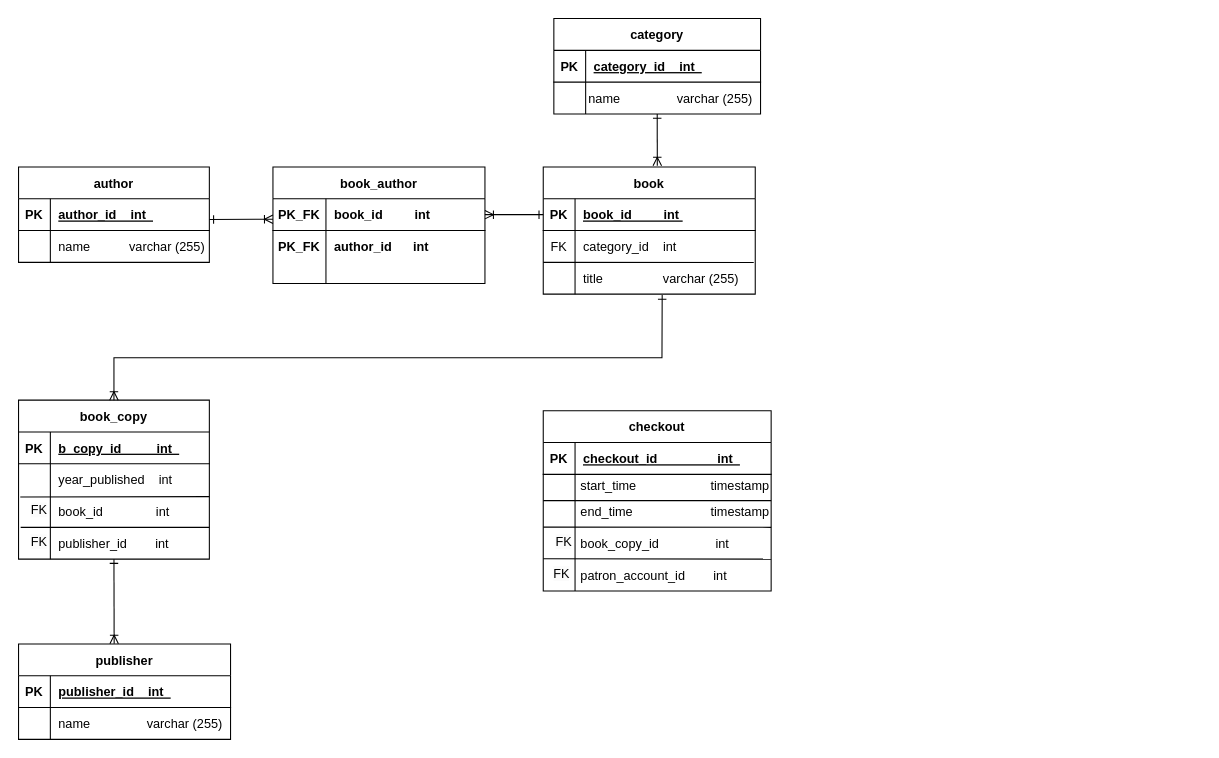
This is тест1.drawio from Dima013/HomeWork, a draw.io file, before an edit. Source tidied: cells renumbered, new cells numbered last; positions are measured from the earlier drawing's top-left corner, leaving out a move shared by most shapes. Both pictures are drawn from the tidied source at 106%, with x=0, y=0 at pixel (18, 18).
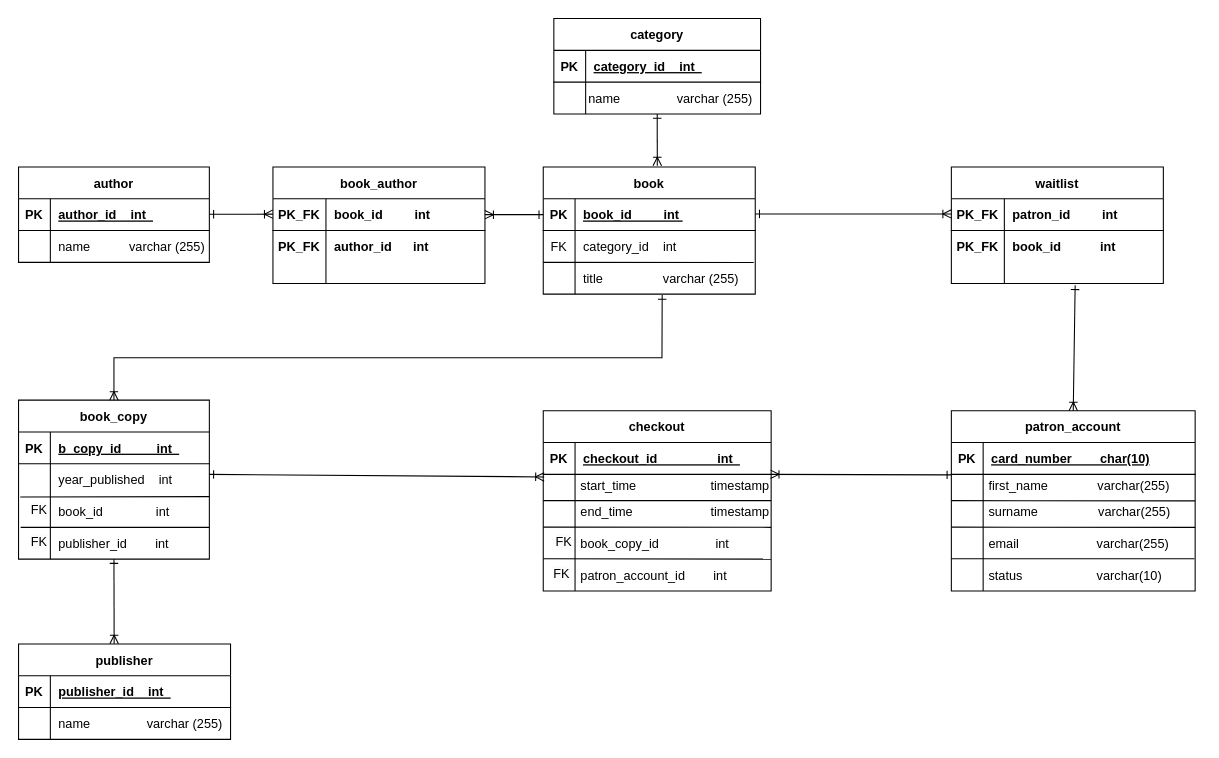
The same diagram, later.

Unchanged cells that the change refers to:
```xml
<mxCell id="22" style="shape=partialRectangle;fillColor=none;points=[[0,0.5],[1,0.5]];portConstraint=eastwest;top=0;left=0;right=0;bottom=1;" parent="21" vertex="1">
  <mxGeometry y="30" width="200" height="30" as="geometry" />
</mxCell>
<mxCell id="70" style="shape=partialRectangle;fillColor=none;points=[[0,0.5],[1,0.5]];portConstraint=eastwest;top=0;left=0;right=0;bottom=0;" parent="66" vertex="1">
  <mxGeometry y="60" width="215" height="110" as="geometry" />
</mxCell>
```

The edit, as a diff of the source:
```diff
@@
-    <mxCell id="40" style="endArrow=ERoneToMany;startArrow=ERone;html=1;rounded=0;exitX=1;exitY=0.5;exitDx=0;exitDy=0;entryX=0;entryY=0.642;entryDx=0;entryDy=0;startFill=0;endFill=0;entryPerimeter=0;" parent="1" edge="1" target="22">
+    <mxCell id="40" style="endArrow=ERoneToMany;startArrow=ERone;html=1;rounded=0;exitX=1;exitY=0.5;exitDx=0;exitDy=0;entryX=0;entryY=0.642;entryDx=0;entryDy=0;startFill=0;endFill=0;entryPerimeter=0;" parent="1" edge="1">
       <mxGeometry relative="1" as="geometry">
-        <mxPoint x="180" y="189.5" as="sourcePoint" />
+        <mxPoint x="180" y="184.7" as="sourcePoint" />
+        <mxPoint x="240" y="184.5" as="targetPoint" />
       </mxGeometry>
     </mxCell>
@@
+    <mxCell id="82" style="endArrow=ERoneToMany;startArrow=ERone;html=1;rounded=0;entryX=0.004;entryY=0.022;entryDx=0;entryDy=0;entryPerimeter=0;startFill=0;endFill=0;" parent="1" edge="1" target="70">
+      <mxGeometry relative="1" as="geometry">
+        <mxPoint x="180" y="430" as="sourcePoint" />
+      </mxGeometry>
+    </mxCell>
+    <mxCell id="83" value="patron_account" style="shape=table;startSize=30;childLayout=tableLayout;rowLines=0;fontStyle=1;align=center;" parent="1" vertex="1">
+      <mxGeometry x="880" y="370" width="230" height="170" as="geometry" />
+    </mxCell>
+    <mxCell id="84" style="shape=partialRectangle;fillColor=none;top=0;left=0;right=0;bottom=1;" parent="83" vertex="1">
+      <mxGeometry y="30" width="230" height="30" as="geometry" />
+    </mxCell>
+    <mxCell id="85" value="PK" style="shape=partialRectangle;overflow=hidden;fillColor=none;top=0;left=0;bottom=0;right=0;fontStyle=1;" parent="84" vertex="1">
+      <mxGeometry width="30" height="30" as="geometry" />
+    </mxCell>
+    <mxCell id="86" value="card_number        char(10)" style="shape=partialRectangle;overflow=hidden;fillColor=none;top=0;left=0;bottom=0;right=0;align=left;spacingLeft=6;fontStyle=5;" parent="84" vertex="1">
+      <mxGeometry x="30" width="200" height="30" as="geometry" />
+    </mxCell>
+    <mxCell id="87" style="shape=partialRectangle;fillColor=none;points=[[0,0.5],[1,0.5]];portConstraint=eastwest;top=0;left=0;right=0;bottom=0;" parent="83" vertex="1">
+      <mxGeometry y="60" width="230" height="110" as="geometry" />
+    </mxCell>
+    <mxCell id="88" style="shape=partialRectangle;overflow=hidden;fillColor=none;top=0;left=0;bottom=0;right=0;" parent="87" vertex="1">
+      <mxGeometry width="30" height="110" as="geometry" />
+    </mxCell>
+    <mxCell id="89" style="shape=partialRectangle;overflow=hidden;fillColor=none;top=0;left=0;bottom=0;right=0;align=left;spacingLeft=6;" parent="87" vertex="1">
+      <mxGeometry x="30" width="200" height="110" as="geometry" />
+    </mxCell>
+    <mxCell id="90" value="first_name              varchar(255)" style="shape=partialRectangle;overflow=hidden;fillColor=none;top=0;left=0;bottom=0;right=0;align=left;spacingLeft=6;fontStyle=0;" parent="1" vertex="1">
+      <mxGeometry x="907.5" y="430" width="197.5" height="20" as="geometry" />
+    </mxCell>
+    <mxCell id="91" value="surname                 varchar(255)" style="shape=partialRectangle;overflow=hidden;fillColor=none;top=0;left=0;bottom=0;right=0;align=left;spacingLeft=6;fontStyle=0;" parent="1" vertex="1">
+      <mxGeometry x="907.5" y="450" width="207.5" height="30" as="geometry" />
+    </mxCell>
+    <mxCell id="92" value="email                      varchar(255)" style="shape=partialRectangle;overflow=hidden;fillColor=none;top=0;left=0;bottom=0;right=0;align=left;spacingLeft=6;fontStyle=0;" parent="1" vertex="1">
+      <mxGeometry x="907.5" y="480" width="182.5" height="30" as="geometry" />
+    </mxCell>
+    <mxCell id="93" style="endArrow=none;html=1;rounded=0;exitX=0.009;exitY=0.348;exitDx=0;exitDy=0;exitPerimeter=0;" parent="1" edge="1">
+      <mxGeometry relative="1" as="geometry">
+        <mxPoint x="880" y="454.8" as="sourcePoint" />
+        <mxPoint x="1110" y="455" as="targetPoint" />
+      </mxGeometry>
+    </mxCell>
+    <mxCell id="94" style="endArrow=none;html=1;rounded=0;exitX=0.009;exitY=0.348;exitDx=0;exitDy=0;exitPerimeter=0;" parent="1" edge="1">
+      <mxGeometry relative="1" as="geometry">
+        <mxPoint x="880" y="479.8" as="sourcePoint" />
+        <mxPoint x="1110" y="480" as="targetPoint" />
+      </mxGeometry>
+    </mxCell>
+    <mxCell id="95" value="status                     varchar(10)" style="shape=partialRectangle;overflow=hidden;fillColor=none;top=0;left=0;bottom=0;right=0;align=left;spacingLeft=6;fontStyle=0;" parent="1" vertex="1">
+      <mxGeometry x="907.5" y="510" width="182.5" height="30" as="geometry" />
+    </mxCell>
+    <mxCell id="96" style="endArrow=none;html=1;rounded=0;exitX=0.009;exitY=0.348;exitDx=0;exitDy=0;exitPerimeter=0;entryX=0.997;entryY=0.724;entryDx=0;entryDy=0;entryPerimeter=0;" parent="1" edge="1" target="87">
+      <mxGeometry relative="1" as="geometry">
+        <mxPoint x="880" y="509.7" as="sourcePoint" />
+      </mxGeometry>
+    </mxCell>
+    <mxCell id="97" value="waitlist" style="shape=table;startSize=30;childLayout=tableLayout;rowLines=0;fontStyle=1;align=center;" parent="1" vertex="1">
+      <mxGeometry x="880" y="140" width="200" height="110" as="geometry" />
+    </mxCell>
+    <mxCell id="98" style="shape=partialRectangle;fillColor=none;top=0;left=0;right=0;bottom=1;" parent="97" vertex="1">
+      <mxGeometry y="30" width="200" height="30" as="geometry" />
+    </mxCell>
+    <mxCell id="99" value="PK_FK" style="shape=partialRectangle;overflow=hidden;fillColor=none;top=0;left=0;bottom=0;right=0;fontStyle=1;" parent="98" vertex="1">
+      <mxGeometry width="50" height="30" as="geometry" />
+    </mxCell>
+    <mxCell id="100" value="patron_id         int " style="shape=partialRectangle;overflow=hidden;fillColor=none;top=0;left=0;bottom=0;right=0;align=left;spacingLeft=6;fontStyle=1;" parent="98" vertex="1">
+      <mxGeometry x="50" width="150" height="30" as="geometry" />
+    </mxCell>
+    <mxCell id="101" style="shape=partialRectangle;fillColor=none;top=0;left=0;right=0;bottom=0;" parent="97" vertex="1">
+      <mxGeometry y="60" width="200" height="30" as="geometry" />
+    </mxCell>
+    <mxCell id="102" value="PK_FK" style="shape=partialRectangle;overflow=hidden;fillColor=none;top=0;left=0;bottom=0;right=0;fontStyle=1;" parent="101" vertex="1">
+      <mxGeometry width="50" height="30" as="geometry" />
+    </mxCell>
+    <mxCell id="103" value="book_id           int" style="shape=partialRectangle;overflow=hidden;fillColor=none;top=0;left=0;bottom=0;right=0;align=left;spacingLeft=6;fontStyle=1;" parent="101" vertex="1">
+      <mxGeometry x="50" width="150" height="30" as="geometry" />
+    </mxCell>
+    <mxCell id="104" style="shape=partialRectangle;fillColor=none;points=[[0,0.5],[1,0.5]];portConstraint=eastwest;top=0;left=0;right=0;bottom=0;" parent="97" vertex="1">
+      <mxGeometry y="90" width="200" height="20" as="geometry" />
+    </mxCell>
+    <mxCell id="105" style="shape=partialRectangle;overflow=hidden;fillColor=none;top=0;left=0;bottom=0;right=0;" parent="104" vertex="1">
+      <mxGeometry width="50" height="20" as="geometry" />
+    </mxCell>
+    <mxCell id="106" style="shape=partialRectangle;overflow=hidden;fillColor=none;top=0;left=0;bottom=0;right=0;align=left;spacingLeft=6;" parent="104" vertex="1">
+      <mxGeometry x="50" width="150" height="20" as="geometry" />
+    </mxCell>
+    <mxCell id="107" style="endArrow=ERone;startArrow=ERoneToMany;html=1;rounded=0;exitX=0.995;exitY=0.104;exitDx=0;exitDy=0;exitPerimeter=0;entryX=-0.002;entryY=0.107;entryDx=0;entryDy=0;entryPerimeter=0;startFill=0;endFill=0;" parent="1" edge="1">
+      <mxGeometry relative="1" as="geometry">
+        <mxPoint x="709.4" y="430" as="sourcePoint" />
+        <mxPoint x="880" y="430.5" as="targetPoint" />
+      </mxGeometry>
+    </mxCell>
+    <mxCell id="108" style="endArrow=ERone;startArrow=ERoneToMany;html=1;rounded=0;entryX=0.584;entryY=1.083;entryDx=0;entryDy=0;entryPerimeter=0;exitX=0.5;exitY=0;exitDx=0;exitDy=0;startFill=0;endFill=0;" parent="1" edge="1" source="83" target="104">
+      <mxGeometry relative="1" as="geometry" />
+    </mxCell>
+    <mxCell id="109" style="endArrow=ERoneToMany;startArrow=ERone;html=1;rounded=0;entryX=0;entryY=0.5;entryDx=0;entryDy=0;exitX=1;exitY=0.5;exitDx=0;exitDy=0;startFill=0;endFill=0;" parent="1" edge="1">
+      <mxGeometry relative="1" as="geometry">
+        <mxPoint x="695" y="184.3" as="sourcePoint" />
+        <mxPoint x="880" y="184.3" as="targetPoint" />
+      </mxGeometry>
+    </mxCell>
```
